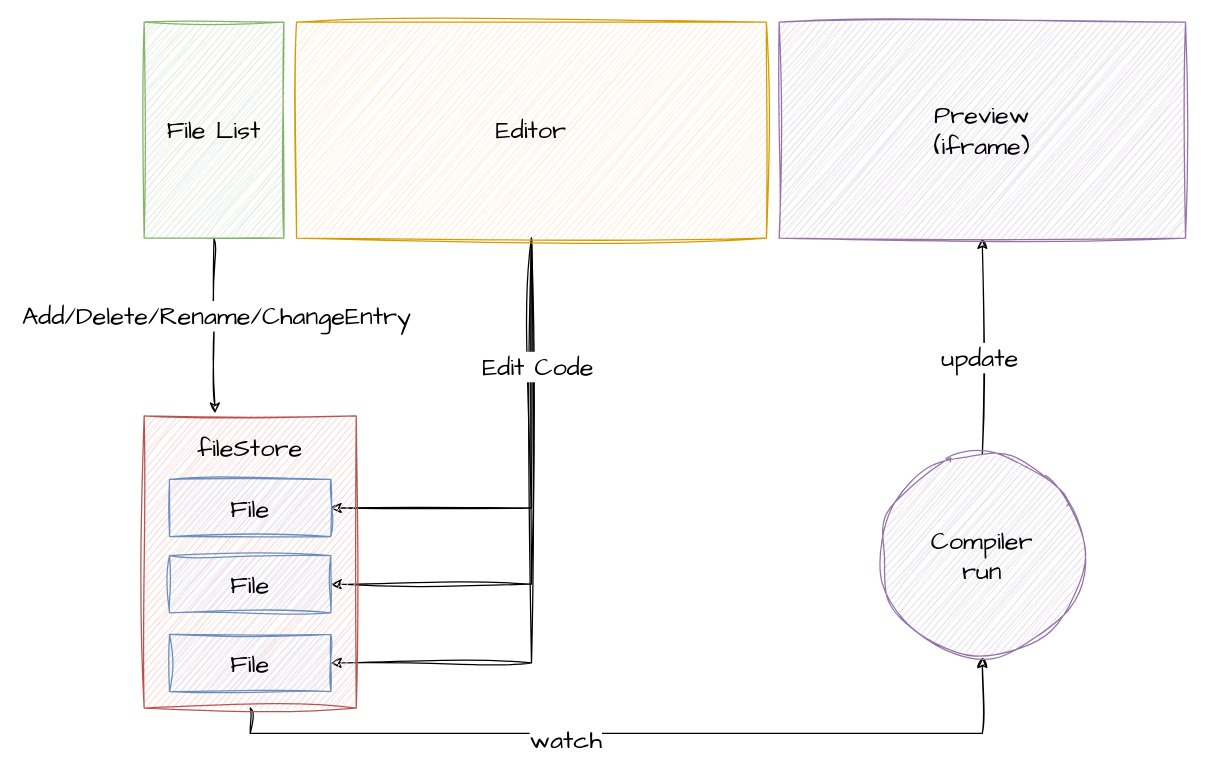
Before: file-system.drawio in zh-lx/draw.io, a draw.io diagram. Source tidied: cells renumbered, new cells numbered last; positions are measured from the earlier drawing's top-left corner, leaving out a move shared by most shapes. Both pictures are drawn from the tidied source at 127%, with x=0, y=0 at pixel (144, 22).
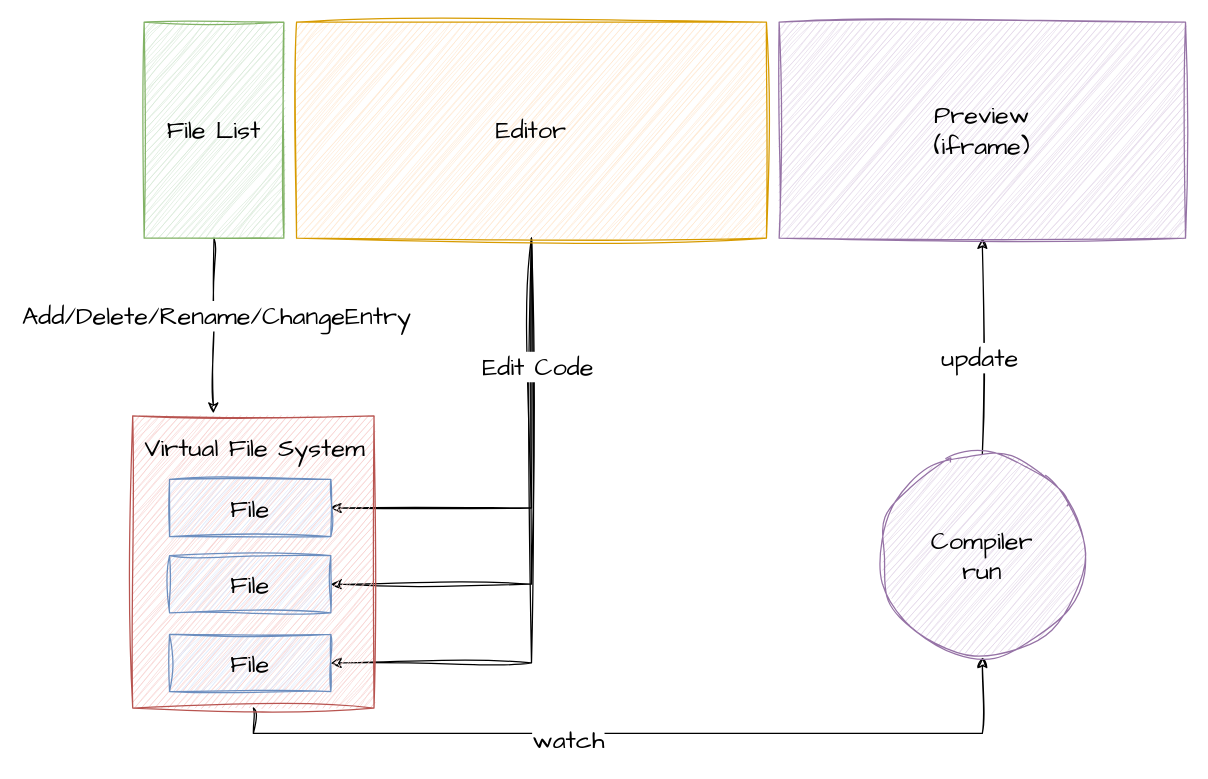
The same page after the edit.

Diff of the diagram source:
```diff
@@
     <mxCell id="12" style="rounded=0;whiteSpace=wrap;html=1;sketch=1;hachureGap=4;jiggle=2;curveFitting=1;fontFamily=Architects Daughter;fontSize=20;fillColor=#f8cecc;strokeColor=#b85450;" parent="1" vertex="1">
-      <mxGeometry y="310" width="167" height="230" as="geometry" />
+      <mxGeometry x="-9" y="310" width="190" height="230" as="geometry" />
     </mxCell>
-    <mxCell id="13" value="&lt;font face=&quot;Comic Sans MS&quot;&gt;fileStore&lt;/font&gt;" style="text;html=1;strokeColor=none;fillColor=none;align=center;verticalAlign=middle;whiteSpace=wrap;rounded=0;fontSize=20;fontFamily=Architects Daughter;" parent="1" vertex="1">
-      <mxGeometry x="30" y="320" width="107" height="30" as="geometry" />
+    <mxCell id="13" value="&lt;font face=&quot;Comic Sans MS&quot;&gt;Virtual File System&lt;/font&gt;" style="text;html=1;strokeColor=none;fillColor=none;align=center;verticalAlign=middle;whiteSpace=wrap;rounded=0;fontSize=20;fontFamily=Architects Daughter;" parent="1" vertex="1">
+      <mxGeometry x="-6" y="320" width="187" height="30" as="geometry" />
     </mxCell>
```
